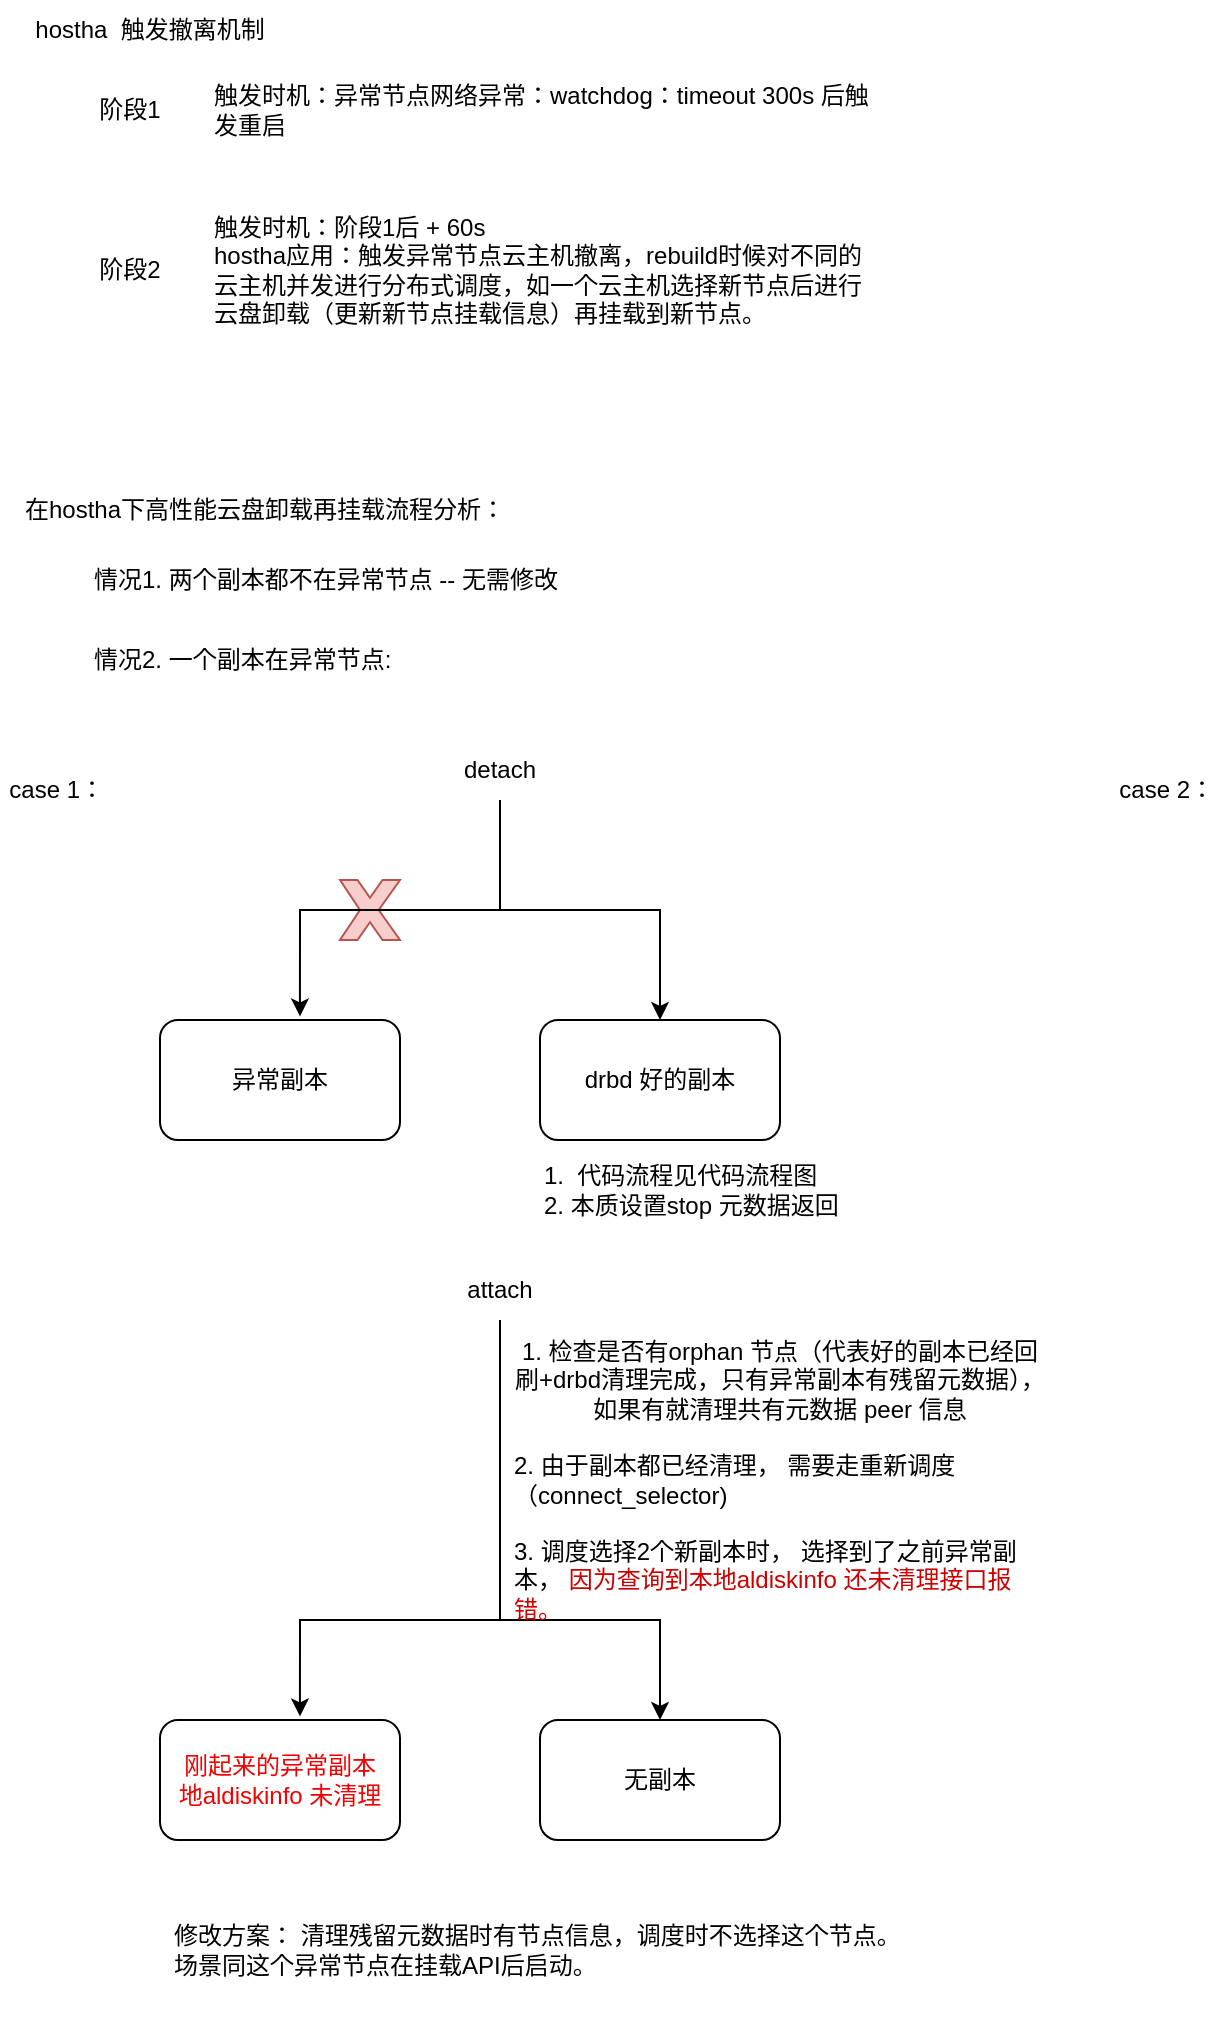
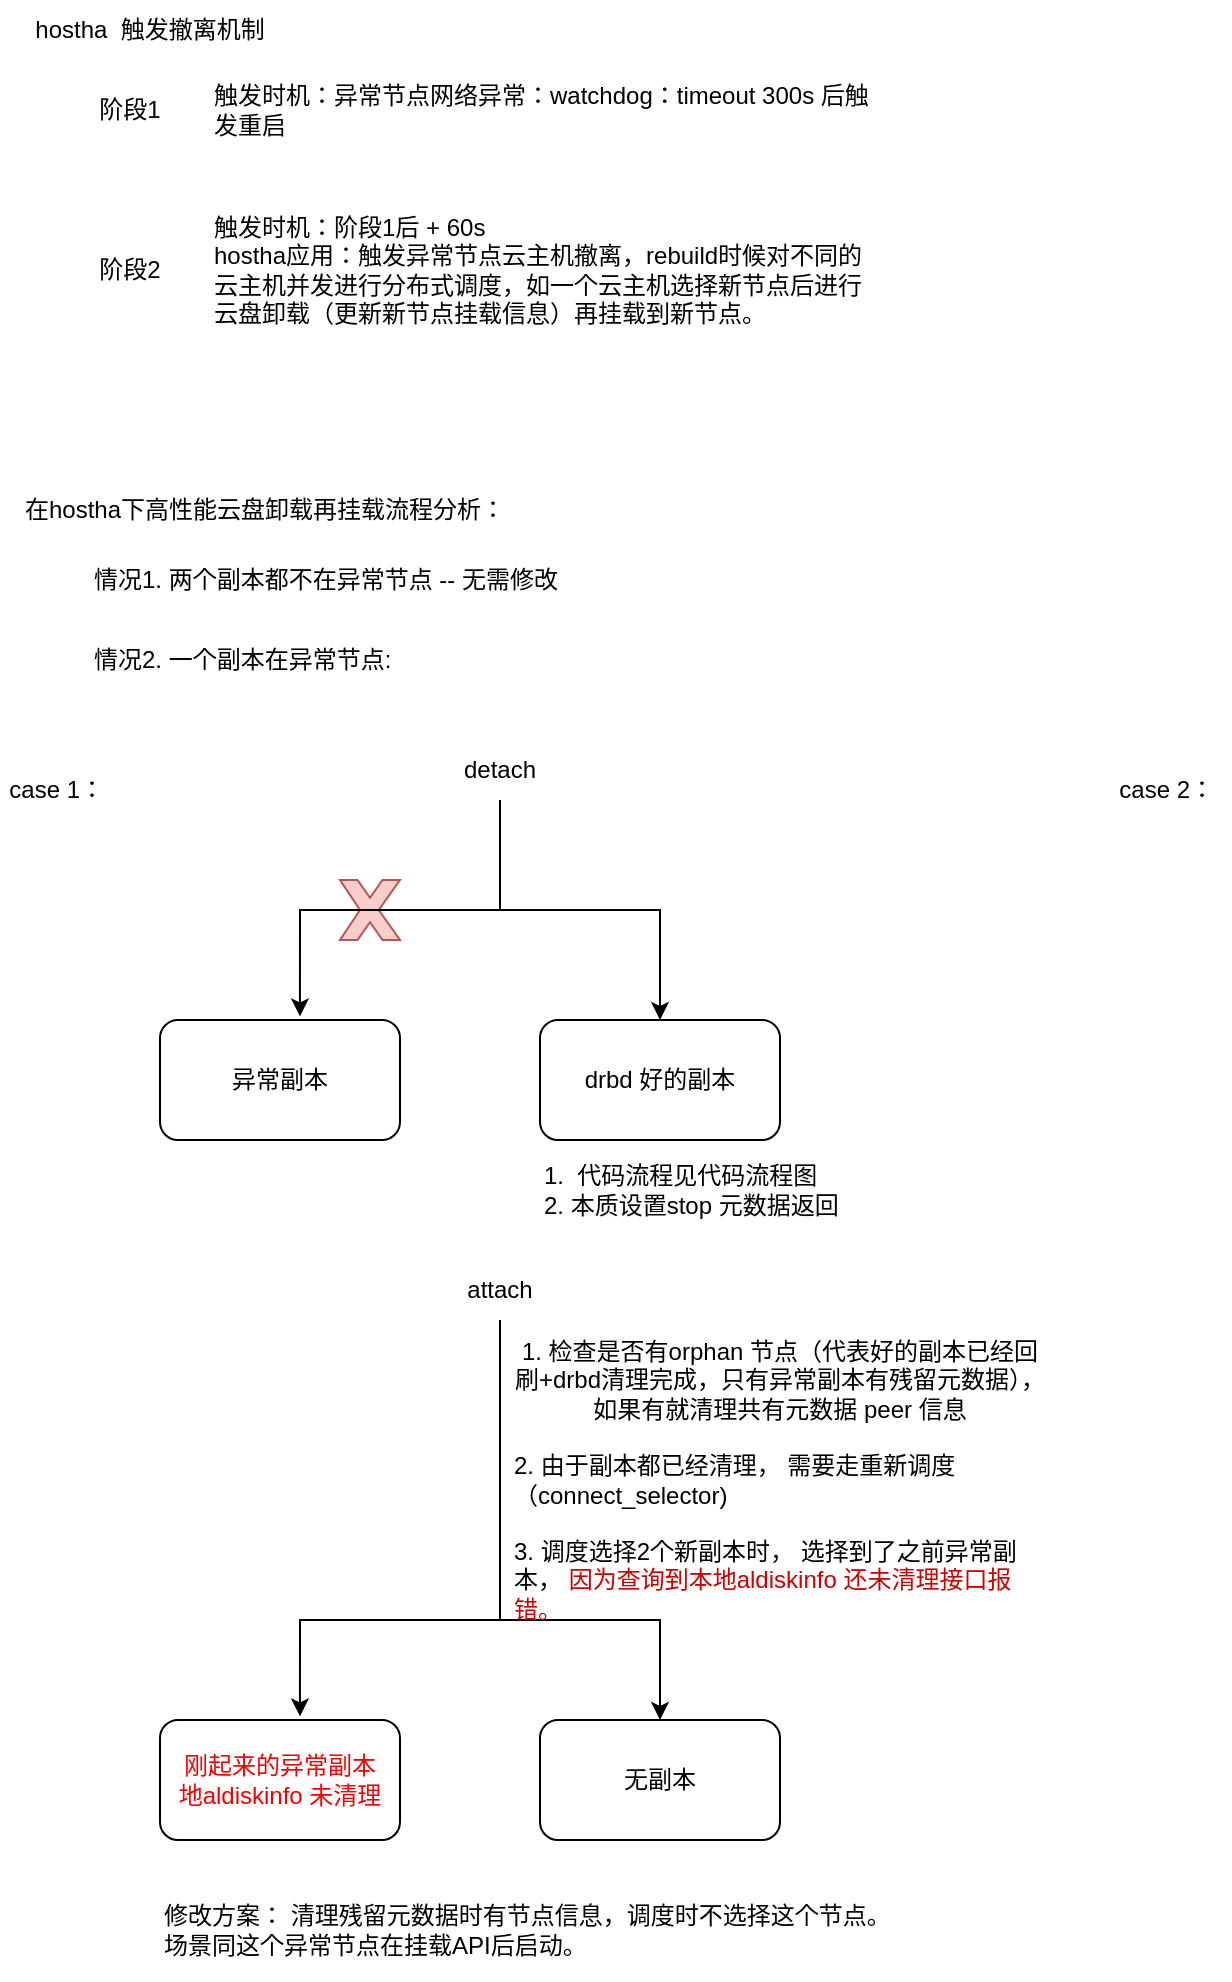
<mxfile host="app.diagrams.net" agent="Mozilla/5.0 (X11; Linux x86_64) AppleWebKit/537.36 (KHTML, like Gecko) Chrome/145.0.0.0 Safari/537.36">
  <diagram name="第 1 页" id="WLB_IpJYPBpg_R9iINLj">
    <mxGraphModel dx="1042" dy="646" grid="1" gridSize="10" guides="1" tooltips="1" connect="1" arrows="1" fold="1" page="1" pageScale="1" pageWidth="827" pageHeight="1169" math="0" shadow="0">
      <root>
        <mxCell id="0" />
        <mxCell id="1" parent="0" />
        <mxCell id="_Ufxnp0aobVkOo58oasB-13" parent="1" style="text;html=1;whiteSpace=wrap;strokeColor=none;fillColor=none;align=center;verticalAlign=middle;rounded=0;" value="hostha&amp;nbsp; 触发撤离机制" vertex="1">
          <mxGeometry height="30" width="120" x="70" y="20" as="geometry" />
        </mxCell>
        <mxCell id="_Ufxnp0aobVkOo58oasB-15" parent="1" style="text;html=1;whiteSpace=wrap;strokeColor=none;fillColor=none;align=center;verticalAlign=middle;rounded=0;" value="阶段1" vertex="1">
          <mxGeometry height="30" width="60" x="90" y="60" as="geometry" />
        </mxCell>
        <mxCell id="_Ufxnp0aobVkOo58oasB-16" parent="1" style="text;html=1;whiteSpace=wrap;strokeColor=none;fillColor=none;align=center;verticalAlign=middle;rounded=0;" value="阶段2" vertex="1">
          <mxGeometry height="30" width="60" x="90" y="140" as="geometry" />
        </mxCell>
        <mxCell id="_Ufxnp0aobVkOo58oasB-17" parent="1" style="text;html=1;whiteSpace=wrap;strokeColor=none;fillColor=none;align=left;verticalAlign=middle;rounded=0;" value="触发时机：异常节点网络异常：watchdog：timeout 300s 后触发重启" vertex="1">
          <mxGeometry height="50" width="330" x="160" y="50" as="geometry" />
        </mxCell>
        <mxCell id="_Ufxnp0aobVkOo58oasB-18" parent="1" style="text;html=1;whiteSpace=wrap;strokeColor=none;fillColor=none;align=left;verticalAlign=middle;rounded=0;" value="触发时机：阶段1后 + 60s&lt;br&gt;hostha应用：触发异常节点云主机撤离，rebuild时候对不同的云主机并发进行分布式调度，如一个云主机选择新节点后进行云盘卸载（更新新节点挂载信息）再挂载到新节点。" vertex="1">
          <mxGeometry height="50" width="330" x="160" y="130" as="geometry" />
        </mxCell>
        <mxCell id="_Ufxnp0aobVkOo58oasB-19" parent="1" style="text;html=1;whiteSpace=wrap;strokeColor=none;fillColor=none;align=center;verticalAlign=middle;rounded=0;" value="在hostha下高性能云盘卸载再挂载流程分析：" vertex="1">
          <mxGeometry height="30" width="265" x="55" y="260" as="geometry" />
        </mxCell>
        <mxCell id="_Ufxnp0aobVkOo58oasB-20" parent="1" style="text;html=1;whiteSpace=wrap;strokeColor=none;fillColor=none;align=left;verticalAlign=middle;rounded=0;" value="情况1. 两个副本都不在异常节点 -- 无需修改" vertex="1">
          <mxGeometry height="40" width="340" x="100" y="290" as="geometry" />
        </mxCell>
        <mxCell id="_Ufxnp0aobVkOo58oasB-21" parent="1" style="text;html=1;whiteSpace=wrap;strokeColor=none;fillColor=none;align=left;verticalAlign=middle;rounded=0;" value="&lt;div style=&quot;&quot;&gt;&lt;span style=&quot;background-color: transparent; color: light-dark(rgb(0, 0, 0), rgb(255, 255, 255));&quot;&gt;情况2. 一个副本在异常节点:&amp;nbsp;&lt;/span&gt;&lt;/div&gt;" vertex="1">
          <mxGeometry height="40" width="310" x="100" y="330" as="geometry" />
        </mxCell>
        <mxCell id="fCMbRvaDpKP1Wld_WHLn-1" parent="1" style="rounded=1;whiteSpace=wrap;html=1;" value="异常副本" vertex="1">
          <mxGeometry height="60" width="120" x="135" y="530" as="geometry" />
        </mxCell>
        <mxCell id="fCMbRvaDpKP1Wld_WHLn-2" parent="1" style="rounded=1;whiteSpace=wrap;html=1;" value="drbd 好的副本" vertex="1">
          <mxGeometry height="60" width="120" x="325" y="530" as="geometry" />
        </mxCell>
        <mxCell id="fCMbRvaDpKP1Wld_WHLn-5" edge="1" parent="1" source="fCMbRvaDpKP1Wld_WHLn-4" style="edgeStyle=orthogonalEdgeStyle;rounded=0;orthogonalLoop=1;jettySize=auto;html=1;" target="fCMbRvaDpKP1Wld_WHLn-2">
          <mxGeometry relative="1" as="geometry">
            <Array as="points">
              <mxPoint x="305" y="475" />
              <mxPoint x="385" y="475" />
            </Array>
          </mxGeometry>
        </mxCell>
        <mxCell id="fCMbRvaDpKP1Wld_WHLn-4" parent="1" style="text;html=1;whiteSpace=wrap;strokeColor=none;fillColor=none;align=center;verticalAlign=middle;rounded=0;" value="detach" vertex="1">
          <mxGeometry height="30" width="60" x="275" y="390" as="geometry" />
        </mxCell>
        <mxCell id="fCMbRvaDpKP1Wld_WHLn-7" parent="1" style="verticalLabelPosition=bottom;verticalAlign=top;html=1;shape=mxgraph.basic.x;fillColor=#f8cecc;strokeColor=#b85450;" value="" vertex="1">
          <mxGeometry height="30" width="30" x="225" y="460" as="geometry" />
        </mxCell>
        <mxCell id="fCMbRvaDpKP1Wld_WHLn-11" edge="1" parent="1" source="fCMbRvaDpKP1Wld_WHLn-4" style="edgeStyle=orthogonalEdgeStyle;rounded=0;orthogonalLoop=1;jettySize=auto;html=1;exitX=0.5;exitY=1;exitDx=0;exitDy=0;entryX=0.583;entryY=-0.03;entryDx=0;entryDy=0;entryPerimeter=0;" target="fCMbRvaDpKP1Wld_WHLn-1">
          <mxGeometry relative="1" as="geometry" />
        </mxCell>
        <mxCell id="fCMbRvaDpKP1Wld_WHLn-12" parent="1" style="text;html=1;whiteSpace=wrap;strokeColor=none;fillColor=none;align=center;verticalAlign=middle;rounded=0;" value="case 1：&amp;nbsp;" vertex="1">
          <mxGeometry height="30" width="60" x="55" y="400" as="geometry" />
        </mxCell>
        <mxCell id="fCMbRvaDpKP1Wld_WHLn-13" parent="1" style="text;html=1;whiteSpace=wrap;strokeColor=none;fillColor=none;align=center;verticalAlign=middle;rounded=0;" value="case 2：&amp;nbsp;" vertex="1">
          <mxGeometry height="30" width="60" x="610" y="400" as="geometry" />
        </mxCell>
        <mxCell id="fCMbRvaDpKP1Wld_WHLn-14" parent="1" style="text;html=1;whiteSpace=wrap;strokeColor=none;fillColor=none;align=left;verticalAlign=middle;rounded=0;" value="1.&amp;nbsp; 代码流程见代码流程图&lt;br&gt;2. 本质设置stop 元数据返回" vertex="1">
          <mxGeometry height="30" width="190" x="325" y="600" as="geometry" />
        </mxCell>
        <mxCell id="fCMbRvaDpKP1Wld_WHLn-15" parent="1" style="text;html=1;whiteSpace=wrap;strokeColor=none;fillColor=none;align=center;verticalAlign=middle;rounded=0;" value="attach" vertex="1">
          <mxGeometry height="30" width="60" x="275" y="650" as="geometry" />
        </mxCell>
        <mxCell id="fCMbRvaDpKP1Wld_WHLn-18" parent="1" style="rounded=1;whiteSpace=wrap;html=1;" value="&lt;font style=&quot;color: light-dark(rgb(245, 0, 0), rgb(237, 237, 237));&quot;&gt;刚起来的异常副本&lt;br&gt;地aldiskinfo 未清理&lt;/font&gt;" vertex="1">
          <mxGeometry height="60" width="120" x="135" y="880" as="geometry" />
        </mxCell>
        <mxCell id="fCMbRvaDpKP1Wld_WHLn-19" parent="1" style="rounded=1;whiteSpace=wrap;html=1;" value="无副本" vertex="1">
          <mxGeometry height="60" width="120" x="325" y="880" as="geometry" />
        </mxCell>
        <mxCell id="fCMbRvaDpKP1Wld_WHLn-20" edge="1" parent="1" style="edgeStyle=orthogonalEdgeStyle;rounded=0;orthogonalLoop=1;jettySize=auto;html=1;" target="fCMbRvaDpKP1Wld_WHLn-19">
          <mxGeometry relative="1" as="geometry">
            <Array as="points">
              <mxPoint x="305" y="830" />
              <mxPoint x="385" y="830" />
            </Array>
            <mxPoint x="305" y="680" as="sourcePoint" />
          </mxGeometry>
        </mxCell>
        <mxCell id="fCMbRvaDpKP1Wld_WHLn-23" edge="1" parent="1" style="edgeStyle=orthogonalEdgeStyle;rounded=0;orthogonalLoop=1;jettySize=auto;html=1;exitX=0.5;exitY=1;exitDx=0;exitDy=0;entryX=0.583;entryY=-0.03;entryDx=0;entryDy=0;entryPerimeter=0;" target="fCMbRvaDpKP1Wld_WHLn-18">
          <mxGeometry relative="1" as="geometry">
            <Array as="points">
              <mxPoint x="305" y="830" />
              <mxPoint x="205" y="830" />
            </Array>
            <mxPoint x="305" y="680" as="sourcePoint" />
          </mxGeometry>
        </mxCell>
        <mxCell id="fCMbRvaDpKP1Wld_WHLn-24" parent="1" style="text;html=1;whiteSpace=wrap;strokeColor=none;fillColor=none;align=center;verticalAlign=middle;rounded=0;" value="1. 检查是否有orphan 节点（代表好的副本已经回刷+drbd清理完成，只有异常副本有残留元数据）， 如果有就清理共有元数据 peer 信息" vertex="1">
          <mxGeometry height="60" width="270" x="310" y="680" as="geometry" />
        </mxCell>
        <mxCell id="fCMbRvaDpKP1Wld_WHLn-25" parent="1" style="text;html=1;whiteSpace=wrap;strokeColor=none;fillColor=none;align=left;verticalAlign=middle;rounded=0;" value="2. 由于副本都已经清理， 需要走重新调度（connect_selector)" vertex="1">
          <mxGeometry height="60" width="270" x="310" y="730" as="geometry" />
        </mxCell>
        <mxCell id="fCMbRvaDpKP1Wld_WHLn-26" parent="1" style="text;html=1;whiteSpace=wrap;strokeColor=none;fillColor=none;align=left;verticalAlign=middle;rounded=0;" value="3. 调度选择2个新副本时， 选择到了之前异常副本， &lt;font style=&quot;color: rgb(204, 0, 0);&quot;&gt;因为查询到本地aldiskinfo 还未清理接口报错。&lt;/font&gt;" vertex="1">
          <mxGeometry height="40" width="260" x="310" y="790" as="geometry" />
        </mxCell>
        <mxCell id="fCMbRvaDpKP1Wld_WHLn-27" parent="1" style="text;html=1;whiteSpace=wrap;strokeColor=none;fillColor=none;align=left;verticalAlign=middle;rounded=0;" value="修改方案： 清理残留元数据时有节点信息，调度时不选择这个节点。&lt;br&gt;场景同这个异常节点在挂载API后启动。&amp;nbsp;" vertex="1">
-           <mxGeometry height="70" width="440" x="140" y="960" as="geometry" />
+           <mxGeometry height="50" width="440" x="135" y="960" as="geometry" />
        </mxCell>
      </root>
    </mxGraphModel>
  </diagram>
</mxfile>
